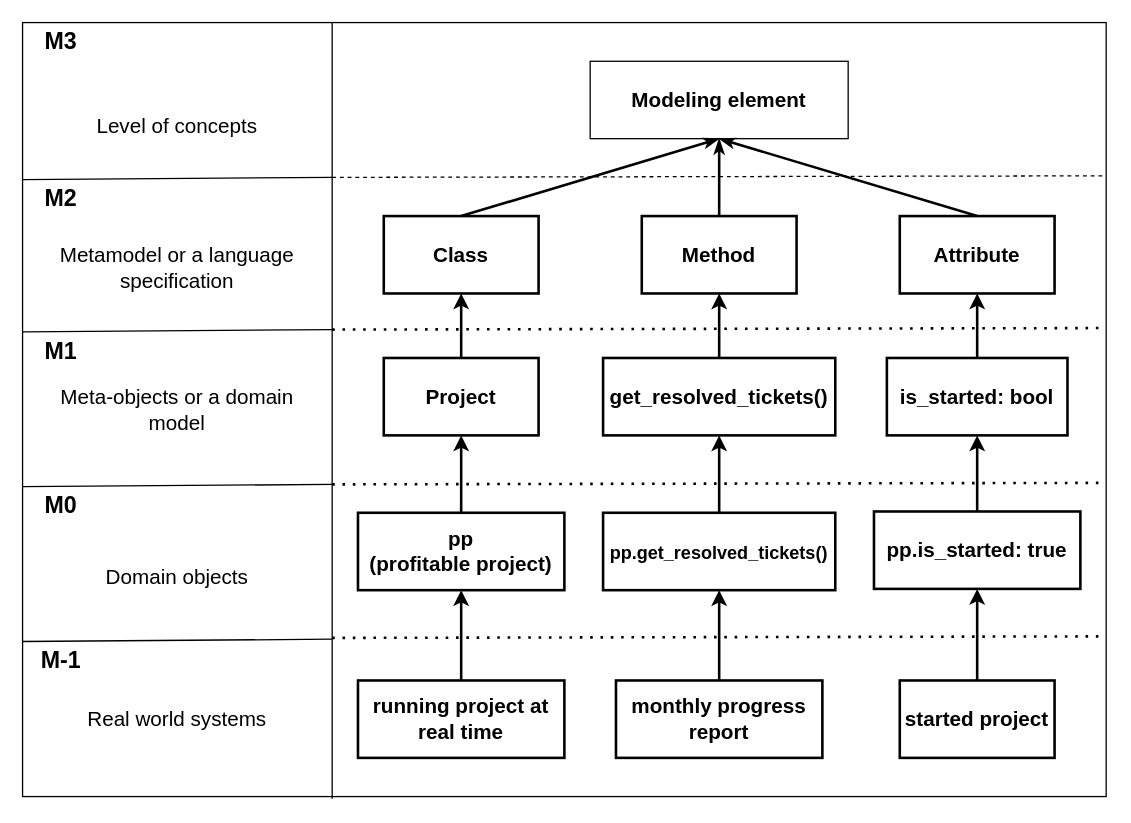
Earlier version of the draw.io diagram assets/four-layer-architecture-with-digital-twins.drawio (AntonSk98/User-driven-constraint-modelling-for-entity-models-at-runtime). Source tidied: cells renumbered, new cells numbered last; positions are measured from the earlier drawing's top-left corner, leaving out a move shared by most shapes. Both pictures are drawn from the tidied source at 129%, with x=0, y=0 at pixel (22, 22).
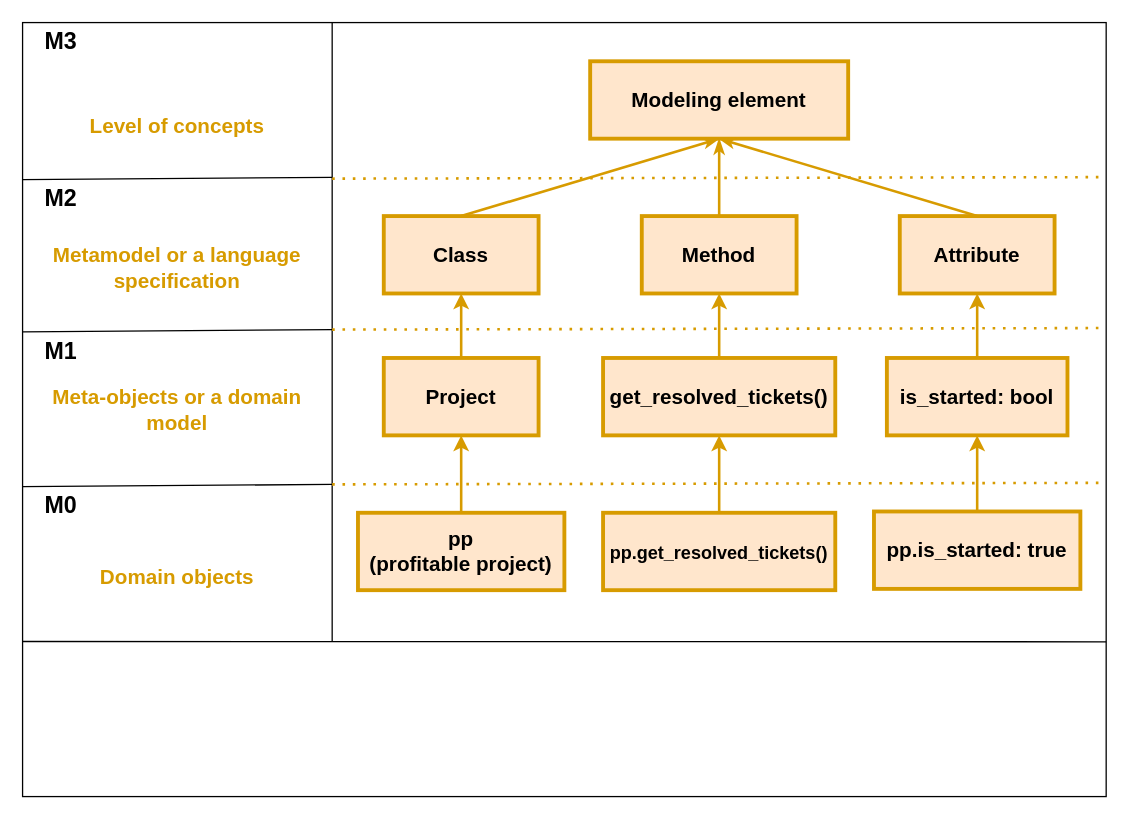
Above is the later version.

Unchanged cells that the change refers to:
```xml
<mxCell id="2" style="group;strokeWidth=5;" parent="1" vertex="1">
  <mxGeometry width="840" height="600" as="geometry" />
</mxCell>
<mxCell id="3" style="rounded=0;whiteSpace=wrap;html=1;" parent="2" vertex="1">
  <mxGeometry width="840" height="600" as="geometry" />
</mxCell>
```

Diff of the diagram source:
```diff
@@
-    <mxCell id="4" style="endArrow=none;html=1;rounded=0;entryX=0.302;entryY=0.002;entryDx=0;entryDy=0;entryPerimeter=0;exitX=0.302;exitY=1.015;exitDx=0;exitDy=0;exitPerimeter=0;" parent="2" edge="1">
+    <mxCell id="4" style="endArrow=none;html=1;rounded=0;entryX=0.302;entryY=0.002;entryDx=0;entryDy=0;entryPerimeter=0;" parent="2" edge="1">
       <mxGeometry relative="1" as="geometry">
-        <mxPoint x="240" y="601.6" as="sourcePoint" />
+        <mxPoint x="240" y="480" as="sourcePoint" />
         <mxPoint x="240" as="targetPoint" />
       </mxGeometry>
     </mxCell>
@@
-    <mxCell id="6" value="&lt;font style=&quot;font-size: 16px;&quot;&gt;&lt;b&gt;Modeling element&lt;/b&gt;&lt;/font&gt;" style="rounded=0;whiteSpace=wrap;html=1;fontSize=18;" parent="2" vertex="1">
+    <mxCell id="6" value="&lt;font style=&quot;font-size: 16px;&quot;&gt;&lt;b&gt;Modeling element&lt;/b&gt;&lt;/font&gt;" style="rounded=0;whiteSpace=wrap;html=1;fontSize=18;fillColor=#ffe6cc;strokeColor=#d79b00;strokeWidth=3;" parent="2" vertex="1">
       <mxGeometry x="440" y="30" width="200" height="60" as="geometry" />
     </mxCell>
-    <mxCell id="7" style="rounded=0;jettySize=auto;html=1;exitX=0.5;exitY=0;exitDx=0;exitDy=0;entryX=0.5;entryY=1;entryDx=0;entryDy=0;fontSize=16;strokeWidth=2;strokeColor=#000000;endArrow=classicThin;endFill=1;" parent="2" edge="1" source="8" target="6">
+    <mxCell id="7" style="rounded=0;jettySize=auto;html=1;exitX=0.5;exitY=0;exitDx=0;exitDy=0;entryX=0.5;entryY=1;entryDx=0;entryDy=0;fontSize=16;strokeWidth=2;strokeColor=#d79b00;endArrow=classicThin;endFill=1;fillColor=#ffe6cc;" parent="2" edge="1" source="8" target="6">
       <mxGeometry relative="1" as="geometry" />
     </mxCell>
-    <mxCell id="8" value="&lt;b&gt;Class&lt;/b&gt;" style="rounded=0;whiteSpace=wrap;html=1;fontSize=16;strokeWidth=2;" parent="2" vertex="1">
+    <mxCell id="8" value="&lt;b&gt;Class&lt;/b&gt;" style="rounded=0;whiteSpace=wrap;html=1;fontSize=16;strokeWidth=3;fillColor=#ffe6cc;strokeColor=#d79b00;" parent="2" vertex="1">
       <mxGeometry x="280" y="150" width="120" height="60" as="geometry" />
     </mxCell>
-    <mxCell id="9" style="rounded=0;jettySize=auto;html=1;exitX=0.5;exitY=0;exitDx=0;exitDy=0;entryX=0.5;entryY=1;entryDx=0;entryDy=0;fontSize=16;strokeWidth=2;strokeColor=#000000;endArrow=classicThin;endFill=1;" parent="2" edge="1" source="10" target="6">
+    <mxCell id="9" style="rounded=0;jettySize=auto;html=1;exitX=0.5;exitY=0;exitDx=0;exitDy=0;entryX=0.5;entryY=1;entryDx=0;entryDy=0;fontSize=16;strokeWidth=2;strokeColor=#d79b00;endArrow=classicThin;endFill=1;fillColor=#ffe6cc;" parent="2" edge="1" source="10" target="6">
       <mxGeometry relative="1" as="geometry" />
     </mxCell>
-    <mxCell id="10" value="&lt;b&gt;Method&lt;/b&gt;" style="rounded=0;whiteSpace=wrap;html=1;fontSize=16;strokeWidth=2;" parent="2" vertex="1">
+    <mxCell id="10" value="&lt;b&gt;Method&lt;/b&gt;" style="rounded=0;whiteSpace=wrap;html=1;fontSize=16;strokeWidth=3;fillColor=#ffe6cc;strokeColor=#d79b00;" parent="2" vertex="1">
       <mxGeometry x="480" y="150" width="120" height="60" as="geometry" />
     </mxCell>
-    <mxCell id="11" style="rounded=0;jettySize=auto;html=1;exitX=0.5;exitY=0;exitDx=0;exitDy=0;entryX=0.5;entryY=1;entryDx=0;entryDy=0;fontSize=16;strokeWidth=2;strokeColor=#000000;endArrow=classicThin;endFill=1;" parent="2" edge="1" source="12" target="6">
+    <mxCell id="11" style="rounded=0;jettySize=auto;html=1;exitX=0.5;exitY=0;exitDx=0;exitDy=0;entryX=0.5;entryY=1;entryDx=0;entryDy=0;fontSize=16;strokeWidth=2;strokeColor=#d79b00;endArrow=classicThin;endFill=1;fillColor=#ffe6cc;" parent="2" edge="1" source="12" target="6">
       <mxGeometry relative="1" as="geometry" />
     </mxCell>
-    <mxCell id="12" value="&lt;b&gt;Attribute&lt;/b&gt;" style="rounded=0;whiteSpace=wrap;html=1;fontSize=16;strokeWidth=2;" parent="2" vertex="1">
+    <mxCell id="12" value="&lt;b&gt;Attribute&lt;/b&gt;" style="rounded=0;whiteSpace=wrap;html=1;fontSize=16;strokeWidth=3;fillColor=#ffe6cc;strokeColor=#d79b00;" parent="2" vertex="1">
       <mxGeometry x="680" y="150" width="120" height="60" as="geometry" />
     </mxCell>
-    <mxCell id="13" value="Level of concepts" style="text;html=1;strokeColor=none;fillColor=none;align=center;verticalAlign=middle;whiteSpace=wrap;rounded=0;fontSize=16;" parent="2" vertex="1">
+    <mxCell id="13" value="Level of concepts" style="text;html=1;strokeColor=none;fillColor=none;align=center;verticalAlign=middle;whiteSpace=wrap;rounded=0;fontSize=16;strokeWidth=1;fontStyle=1;fontColor=#D79B00;" parent="2" vertex="1">
       <mxGeometry x="10" y="50" width="220" height="60" as="geometry" />
     </mxCell>
-    <mxCell id="14" value="running project at real time" style="rounded=0;whiteSpace=wrap;html=1;fontSize=16;fontStyle=1;strokeWidth=2;" parent="2" vertex="1">
-      <mxGeometry x="260" y="510" width="160" height="60" as="geometry" />
-    </mxCell>
-    <mxCell id="15" value="&lt;b&gt;&lt;font style=&quot;font-size: 16px;&quot;&gt;started project&lt;/font&gt;&lt;/b&gt;" style="rounded=0;whiteSpace=wrap;html=1;fontSize=14;strokeWidth=2;" parent="2" vertex="1">
-      <mxGeometry x="680" y="510" width="120" height="60" as="geometry" />
-    </mxCell>
-    <mxCell id="16" value="Metamodel or a language specification" style="text;html=1;strokeColor=none;fillColor=none;align=center;verticalAlign=middle;whiteSpace=wrap;rounded=0;fontSize=16;" parent="2" vertex="1">
+    <mxCell id="16" value="Metamodel or a language specification" style="text;html=1;strokeColor=none;fillColor=none;align=center;verticalAlign=middle;whiteSpace=wrap;rounded=0;fontSize=16;fontColor=#D79B00;fontStyle=1;" parent="2" vertex="1">
       <mxGeometry x="10" y="160" width="220" height="60" as="geometry" />
     </mxCell>
-    <mxCell id="17" value="Domain objects" style="text;html=1;strokeColor=none;fillColor=none;align=center;verticalAlign=middle;whiteSpace=wrap;rounded=0;fontSize=16;" parent="2" vertex="1">
+    <mxCell id="17" value="Domain objects" style="text;html=1;strokeColor=none;fillColor=none;align=center;verticalAlign=middle;whiteSpace=wrap;rounded=0;fontSize=16;fontColor=#D79B00;fontStyle=1;" parent="2" vertex="1">
       <mxGeometry x="10" y="400" width="220" height="60" as="geometry" />
     </mxCell>
@@
-    <mxCell id="21" style="endArrow=none;html=1;rounded=0;exitX=0;exitY=0.203;exitDx=0;exitDy=0;exitPerimeter=0;" parent="1" edge="1">
-      <mxGeometry relative="1" as="geometry">
-        <mxPoint y="479.8" as="sourcePoint" />
-        <mxPoint x="240" y="478" as="targetPoint" />
-      </mxGeometry>
-    </mxCell>
-    <mxCell id="22" style="endArrow=none;dashed=1;html=1;strokeWidth=1;rounded=0;entryX=1;entryY=0.198;entryDx=0;entryDy=0;entryPerimeter=0;fillColor=#ffe6cc;strokeColor=#000000;" parent="1" edge="1" target="3">
-      <mxGeometry relative="1" as="geometry">
-        <mxPoint x="240" y="120" as="sourcePoint" />
-      </mxGeometry>
-    </mxCell>
-    <mxCell id="23" style="endArrow=none;dashed=1;html=1;dashPattern=1 3;strokeWidth=2;rounded=0;entryX=1;entryY=0.198;entryDx=0;entryDy=0;entryPerimeter=0;" parent="1" edge="1">
+    <mxCell id="23" style="endArrow=none;dashed=1;html=1;dashPattern=1 3;strokeWidth=2;rounded=0;entryX=1;entryY=0.198;entryDx=0;entryDy=0;entryPerimeter=0;strokeColor=#D79B00;" parent="1" edge="1">
       <mxGeometry relative="1" as="geometry">
         <mxPoint x="240" y="238" as="sourcePoint" />
         <mxPoint x="840" y="236.8" as="targetPoint" />
       </mxGeometry>
     </mxCell>
-    <mxCell id="24" style="endArrow=none;dashed=1;html=1;dashPattern=1 3;strokeWidth=2;rounded=0;entryX=1;entryY=0.198;entryDx=0;entryDy=0;entryPerimeter=0;" parent="1" edge="1">
+    <mxCell id="24" style="endArrow=none;dashed=1;html=1;dashPattern=1 3;strokeWidth=2;rounded=0;entryX=1;entryY=0.198;entryDx=0;entryDy=0;entryPerimeter=0;strokeColor=#D79B00;" parent="1" edge="1">
       <mxGeometry relative="1" as="geometry">
         <mxPoint x="240" y="358" as="sourcePoint" />
         <mxPoint x="840" y="356.8" as="targetPoint" />
       </mxGeometry>
     </mxCell>
-    <mxCell id="25" style="endArrow=none;dashed=1;html=1;dashPattern=1 3;strokeWidth=2;rounded=0;entryX=1;entryY=0.198;entryDx=0;entryDy=0;entryPerimeter=0;" parent="1" edge="1">
-      <mxGeometry relative="1" as="geometry">
-        <mxPoint x="240" y="477" as="sourcePoint" />
-        <mxPoint x="840" y="475.8" as="targetPoint" />
-      </mxGeometry>
-    </mxCell>
@@
-    <mxCell id="29" value="&lt;b&gt;&lt;font style=&quot;font-size: 18px;&quot;&gt;M-1&lt;/font&gt;&lt;/b&gt;" style="text;html=1;strokeColor=none;fillColor=none;align=center;verticalAlign=middle;whiteSpace=wrap;rounded=0;dashed=1;" parent="1" vertex="1">
-      <mxGeometry y="480" width="60" height="30" as="geometry" />
-    </mxCell>
-    <mxCell id="30" style="edgeStyle=orthogonalEdgeStyle;rounded=0;jettySize=auto;html=1;exitX=0.5;exitY=0;exitDx=0;exitDy=0;entryX=0.5;entryY=1;entryDx=0;entryDy=0;fontSize=16;strokeWidth=2;" parent="1" edge="1" source="31" target="8">
+    <mxCell id="30" style="edgeStyle=orthogonalEdgeStyle;rounded=0;jettySize=auto;html=1;exitX=0.5;exitY=0;exitDx=0;exitDy=0;entryX=0.5;entryY=1;entryDx=0;entryDy=0;fontSize=16;strokeWidth=2;fillColor=#ffe6cc;strokeColor=#d79b00;" parent="1" edge="1" source="31" target="8">
       <mxGeometry relative="1" as="geometry" />
     </mxCell>
-    <mxCell id="31" value="&lt;span&gt;Project&lt;/span&gt;" style="rounded=0;whiteSpace=wrap;html=1;fontSize=16;fontStyle=1;strokeWidth=2;" parent="1" vertex="1">
+    <mxCell id="31" value="&lt;span&gt;Project&lt;/span&gt;" style="rounded=0;whiteSpace=wrap;html=1;fontSize=16;fontStyle=1;strokeWidth=3;fillColor=#ffe6cc;strokeColor=#d79b00;" parent="1" vertex="1">
       <mxGeometry x="280" y="260" width="120" height="60" as="geometry" />
     </mxCell>
-    <mxCell id="32" style="edgeStyle=orthogonalEdgeStyle;rounded=0;jettySize=auto;html=1;exitX=0.5;exitY=0;exitDx=0;exitDy=0;entryX=0.5;entryY=1;entryDx=0;entryDy=0;fontSize=16;strokeWidth=2;" parent="1" edge="1" source="33" target="10">
+    <mxCell id="32" style="edgeStyle=orthogonalEdgeStyle;rounded=0;jettySize=auto;html=1;exitX=0.5;exitY=0;exitDx=0;exitDy=0;entryX=0.5;entryY=1;entryDx=0;entryDy=0;fontSize=16;strokeWidth=2;fillColor=#ffe6cc;strokeColor=#d79b00;" parent="1" edge="1" source="33" target="10">
       <mxGeometry relative="1" as="geometry" />
     </mxCell>
-    <mxCell id="33" value="&lt;font style=&quot;font-size: 16px;&quot;&gt;get_resolved_tickets()&lt;/font&gt;" style="rounded=0;whiteSpace=wrap;html=1;fontSize=16;fontStyle=1;strokeWidth=2;" parent="1" vertex="1">
+    <mxCell id="33" value="&lt;font style=&quot;font-size: 16px;&quot;&gt;get_resolved_tickets()&lt;/font&gt;" style="rounded=0;whiteSpace=wrap;html=1;fontSize=16;fontStyle=1;strokeWidth=3;fillColor=#ffe6cc;strokeColor=#d79b00;" parent="1" vertex="1">
       <mxGeometry x="450" y="260" width="180" height="60" as="geometry" />
     </mxCell>
-    <mxCell id="34" style="edgeStyle=orthogonalEdgeStyle;rounded=0;jettySize=auto;html=1;exitX=0.5;exitY=0;exitDx=0;exitDy=0;entryX=0.5;entryY=1;entryDx=0;entryDy=0;fontSize=16;strokeWidth=2;" parent="1" edge="1" source="35" target="12">
+    <mxCell id="34" style="edgeStyle=orthogonalEdgeStyle;rounded=0;jettySize=auto;html=1;exitX=0.5;exitY=0;exitDx=0;exitDy=0;entryX=0.5;entryY=1;entryDx=0;entryDy=0;fontSize=16;strokeWidth=2;fillColor=#ffe6cc;strokeColor=#d79b00;" parent="1" edge="1" source="35" target="12">
       <mxGeometry relative="1" as="geometry" />
     </mxCell>
-    <mxCell id="35" value="&lt;span&gt;is_started: bool&lt;/span&gt;" style="rounded=0;whiteSpace=wrap;html=1;fontSize=16;fontStyle=1;strokeWidth=2;" parent="1" vertex="1">
+    <mxCell id="35" value="&lt;span&gt;is_started: bool&lt;/span&gt;" style="rounded=0;whiteSpace=wrap;html=1;fontSize=16;fontStyle=1;strokeWidth=3;fillColor=#ffe6cc;strokeColor=#d79b00;" parent="1" vertex="1">
       <mxGeometry x="670" y="260" width="140" height="60" as="geometry" />
     </mxCell>
-    <mxCell id="36" style="edgeStyle=orthogonalEdgeStyle;rounded=0;jettySize=auto;html=1;exitX=0.5;exitY=0;exitDx=0;exitDy=0;entryX=0.5;entryY=1;entryDx=0;entryDy=0;fontSize=16;strokeWidth=2;" parent="1" edge="1" source="37" target="31">
+    <mxCell id="36" style="edgeStyle=orthogonalEdgeStyle;rounded=0;jettySize=auto;html=1;exitX=0.5;exitY=0;exitDx=0;exitDy=0;entryX=0.5;entryY=1;entryDx=0;entryDy=0;fontSize=16;strokeWidth=2;fillColor=#ffe6cc;strokeColor=#d79b00;" parent="1" edge="1" source="37" target="31">
       <mxGeometry relative="1" as="geometry" />
     </mxCell>
-    <mxCell id="37" value="pp&lt;br&gt;(profitable project)" style="rounded=0;whiteSpace=wrap;html=1;fontSize=16;fontStyle=1;strokeWidth=2;" parent="1" vertex="1">
+    <mxCell id="37" value="pp&lt;br&gt;(profitable project)" style="rounded=0;whiteSpace=wrap;html=1;fontSize=16;fontStyle=1;strokeWidth=3;fillColor=#ffe6cc;strokeColor=#d79b00;" parent="1" vertex="1">
       <mxGeometry x="260" y="380" width="160" height="60" as="geometry" />
     </mxCell>
-    <mxCell id="38" style="edgeStyle=orthogonalEdgeStyle;rounded=0;jettySize=auto;html=1;exitX=0.5;exitY=0;exitDx=0;exitDy=0;entryX=0.5;entryY=1;entryDx=0;entryDy=0;fontSize=16;strokeWidth=2;" parent="1" edge="1" source="39" target="33">
+    <mxCell id="38" style="edgeStyle=orthogonalEdgeStyle;rounded=0;jettySize=auto;html=1;exitX=0.5;exitY=0;exitDx=0;exitDy=0;entryX=0.5;entryY=1;entryDx=0;entryDy=0;fontSize=16;strokeWidth=2;fillColor=#ffe6cc;strokeColor=#d79b00;" parent="1" edge="1" source="39" target="33">
       <mxGeometry relative="1" as="geometry" />
     </mxCell>
-    <mxCell id="39" value="&lt;font style=&quot;font-size: 14px;&quot;&gt;pp.get_resolved_tickets()&lt;/font&gt;" style="rounded=0;whiteSpace=wrap;html=1;fontSize=16;fontStyle=1;strokeWidth=2;" parent="1" vertex="1">
+    <mxCell id="39" value="&lt;font style=&quot;font-size: 14px;&quot;&gt;pp.get_resolved_tickets()&lt;/font&gt;" style="rounded=0;whiteSpace=wrap;html=1;fontSize=16;fontStyle=1;strokeWidth=3;fillColor=#ffe6cc;strokeColor=#d79b00;" parent="1" vertex="1">
       <mxGeometry x="450" y="380" width="180" height="60" as="geometry" />
     </mxCell>
-    <mxCell id="40" style="edgeStyle=orthogonalEdgeStyle;rounded=0;jettySize=auto;html=1;exitX=0.5;exitY=0;exitDx=0;exitDy=0;entryX=0.5;entryY=1;entryDx=0;entryDy=0;fontSize=16;strokeWidth=2;" parent="1" edge="1" source="41" target="35">
+    <mxCell id="40" style="edgeStyle=orthogonalEdgeStyle;rounded=0;jettySize=auto;html=1;exitX=0.5;exitY=0;exitDx=0;exitDy=0;entryX=0.5;entryY=1;entryDx=0;entryDy=0;fontSize=16;strokeWidth=2;fillColor=#ffe6cc;strokeColor=#d79b00;" parent="1" edge="1" source="41" target="35">
       <mxGeometry relative="1" as="geometry" />
     </mxCell>
-    <mxCell id="41" value="&lt;span&gt;pp.is_started: true&lt;/span&gt;" style="rounded=0;whiteSpace=wrap;html=1;fontSize=16;fontStyle=1;strokeWidth=2;" parent="1" vertex="1">
+    <mxCell id="41" value="&lt;span&gt;pp.is_started: true&lt;/span&gt;" style="rounded=0;whiteSpace=wrap;html=1;fontSize=16;fontStyle=1;strokeWidth=3;fillColor=#ffe6cc;strokeColor=#d79b00;" parent="1" vertex="1">
       <mxGeometry x="660" y="379" width="160" height="60" as="geometry" />
     </mxCell>
-    <mxCell id="42" style="edgeStyle=orthogonalEdgeStyle;rounded=0;jettySize=auto;html=1;exitX=0.5;exitY=0;exitDx=0;exitDy=0;entryX=0.5;entryY=1;entryDx=0;entryDy=0;fontSize=16;strokeWidth=2;" parent="1" edge="1" source="43" target="39">
-      <mxGeometry relative="1" as="geometry" />
-    </mxCell>
-    <mxCell id="43" value="monthly progress report" style="rounded=0;whiteSpace=wrap;html=1;fontSize=16;fontStyle=1;strokeWidth=2;" parent="1" vertex="1">
-      <mxGeometry x="460" y="510" width="160" height="60" as="geometry" />
-    </mxCell>
-    <mxCell id="44" style="edgeStyle=orthogonalEdgeStyle;rounded=0;jettySize=auto;html=1;exitX=0.5;exitY=0;exitDx=0;exitDy=0;entryX=0.5;entryY=1;entryDx=0;entryDy=0;fontSize=16;strokeWidth=2;" parent="1" edge="1" source="14" target="37">
-      <mxGeometry relative="1" as="geometry" />
-    </mxCell>
-    <mxCell id="45" style="edgeStyle=orthogonalEdgeStyle;rounded=0;jettySize=auto;html=1;exitX=0.5;exitY=0;exitDx=0;exitDy=0;entryX=0.5;entryY=1;entryDx=0;entryDy=0;fontSize=16;strokeWidth=2;" parent="1" edge="1" source="15" target="41">
-      <mxGeometry relative="1" as="geometry" />
-    </mxCell>
-    <mxCell id="46" value="Meta-objects or a domain model" style="text;html=1;strokeColor=none;fillColor=none;align=center;verticalAlign=middle;whiteSpace=wrap;rounded=0;fontSize=16;" parent="1" vertex="1">
+    <mxCell id="46" value="Meta-objects or a domain model" style="text;html=1;strokeColor=none;fillColor=none;align=center;verticalAlign=middle;whiteSpace=wrap;rounded=0;fontSize=16;fontStyle=1;fontColor=#D79B00;" parent="1" vertex="1">
       <mxGeometry x="10" y="270" width="220" height="60" as="geometry" />
     </mxCell>
-    <mxCell id="47" value="Real world systems" style="text;html=1;strokeColor=none;fillColor=none;align=center;verticalAlign=middle;whiteSpace=wrap;rounded=0;fontSize=16;" parent="1" vertex="1">
-      <mxGeometry x="10" y="510" width="220" height="60" as="geometry" />
-    </mxCell>
+    <mxCell id="48" style="endArrow=none;html=1;rounded=0;exitX=0;exitY=0.798;exitDx=0;exitDy=0;exitPerimeter=0;" parent="1" edge="1">
+      <mxGeometry relative="1" as="geometry">
+        <mxPoint y="479.8" as="sourcePoint" />
+        <mxPoint x="840" y="480" as="targetPoint" />
+      </mxGeometry>
+    </mxCell>
+    <mxCell id="49" style="endArrow=none;dashed=1;html=1;dashPattern=1 3;strokeWidth=2;rounded=0;entryX=1;entryY=0.198;entryDx=0;entryDy=0;entryPerimeter=0;strokeColor=#D79B00;" parent="1" edge="1">
+      <mxGeometry relative="1" as="geometry">
+        <mxPoint x="240" y="121" as="sourcePoint" />
+        <mxPoint x="840" y="119.8" as="targetPoint" />
+      </mxGeometry>
+    </mxCell>
```
